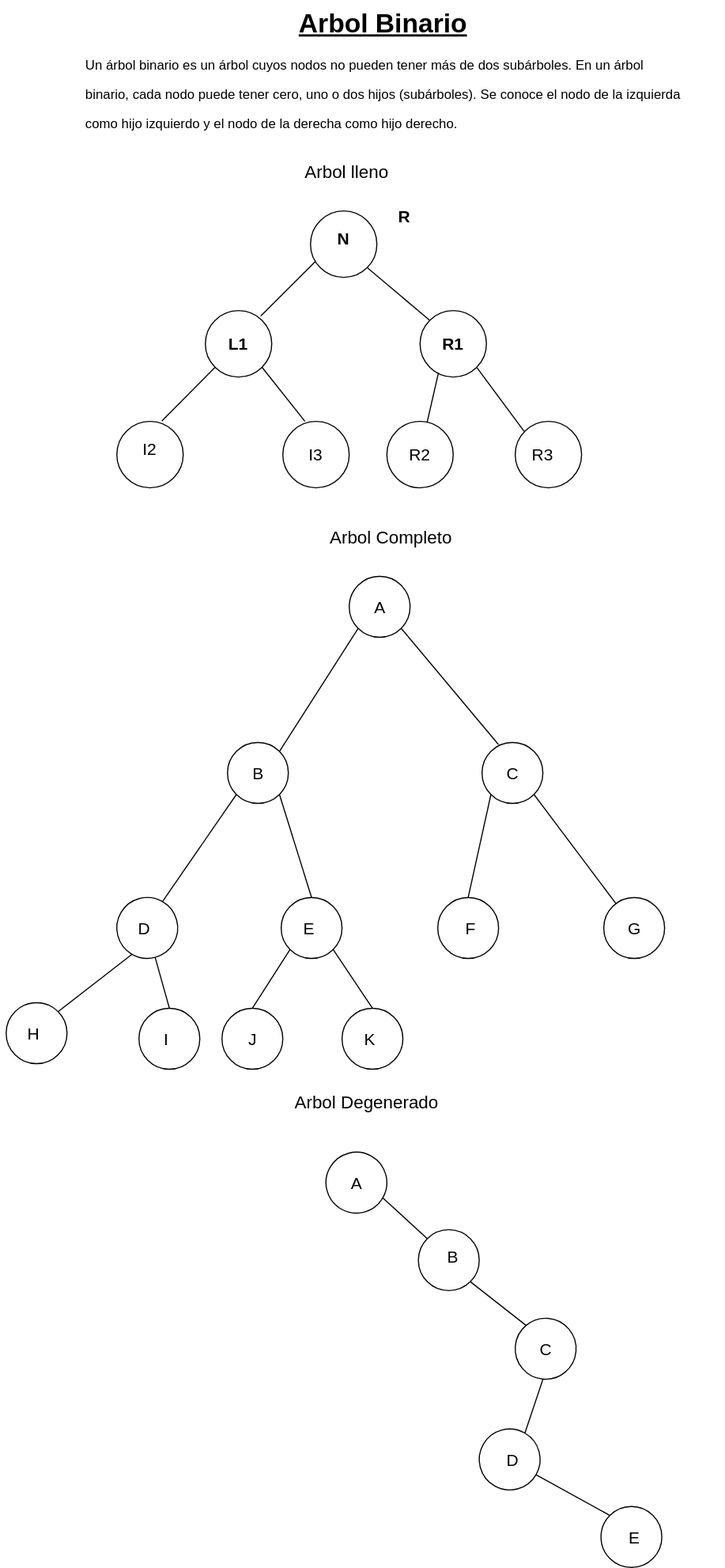
The draw.io diagram Estructura-de-datos/Arboles/Arbol-binario.drawio.svg in Nordcode-cyber/Algoritmos-Estructdatos, before a commit. Source tidied: cells renumbered, new cells last; positions are measured from the earlier drawing's top-left corner, leaving out a move shared by most shapes.
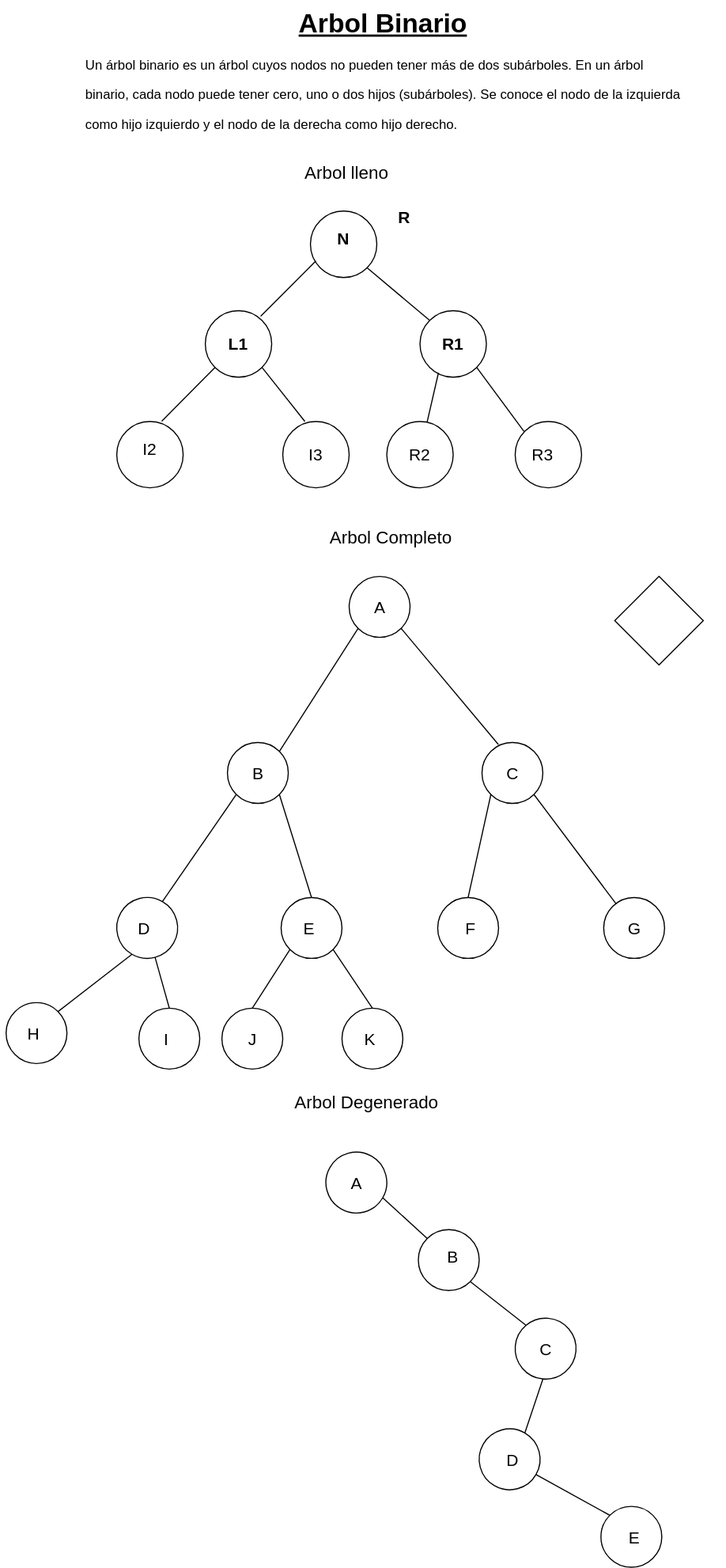
After the change.

What changed in the source:
```diff
@@ -222,5 +222,8 @@
     <mxCell id="72" value="&lt;font style=&quot;font-size: 15px;&quot;&gt;&lt;b&gt;N&lt;/b&gt;&lt;/font&gt;" style="text;html=1;align=center;verticalAlign=middle;whiteSpace=wrap;rounded=0;" parent="1" vertex="1">
       <mxGeometry x="280" y="200" width="60" height="30" as="geometry" />
     </mxCell>
+    <mxCell id="73" style="rhombus;whiteSpace=wrap;html=1;shapeInside=1;fillColor=light-dark(#FFFFFF,#15121F);" parent="1" vertex="1">
+      <mxGeometry x="555" y="520" width="80" height="80" as="geometry" />
+    </mxCell>
   </root>
 </mxGraphModel>
```
